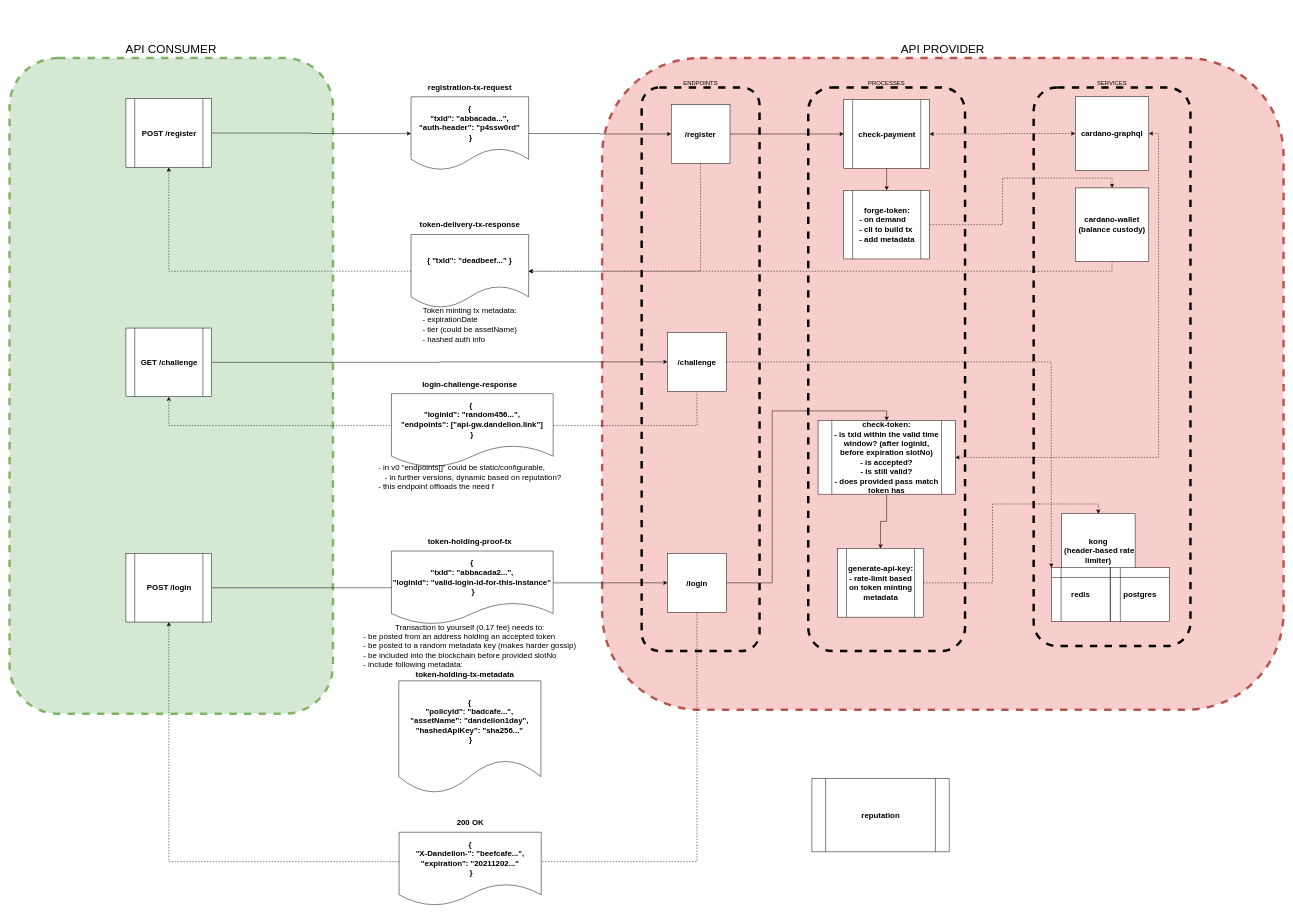
Before: docs/api-auth-mechanism-v1.drawio in GimbaLabs/api-auth-mechanism, a draw.io diagram. Source tidied: cells renumbered, new cells numbered last; positions are measured from the earlier drawing's top-left corner, leaving out a move shared by most shapes. Both pictures are drawn from the tidied source at 49%, with x=0, y=0 at pixel (9, 58).
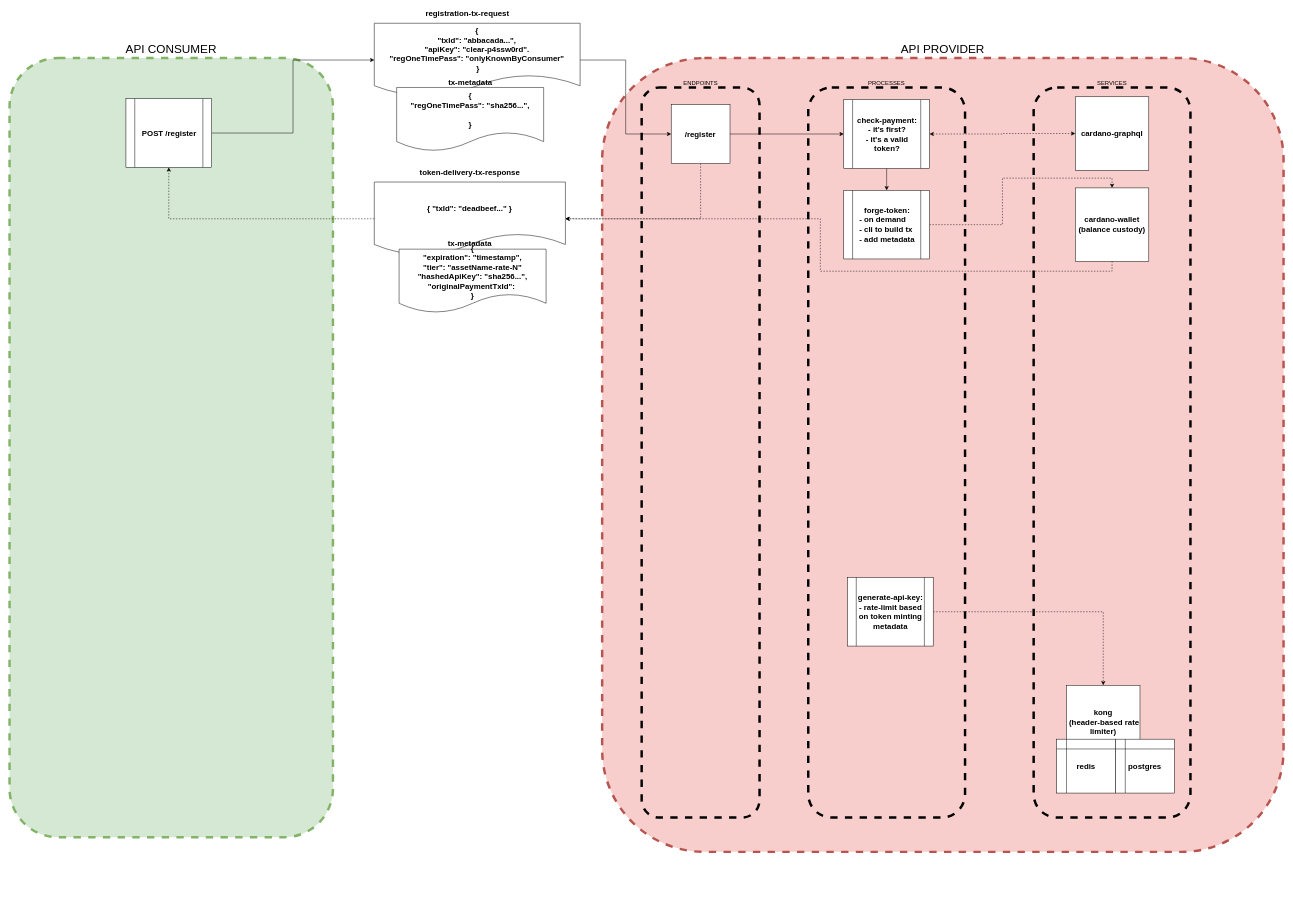
Above is the later version.

The change refers to these unchanged cells:
```xml
<mxCell id="9" value="&lt;b&gt;&lt;font style=&quot;font-size: 16px&quot;&gt;/register&lt;/font&gt;&lt;/b&gt;" style="whiteSpace=wrap;html=1;" parent="1" vertex="1">
  <mxGeometry x="1350.3" y="95" width="120" height="120" as="geometry" />
</mxCell>
<mxCell id="26" value="&lt;b&gt;&lt;font style=&quot;font-size: 16px&quot;&gt;cardano-graphql&lt;br&gt;&lt;/font&gt;&lt;/b&gt;" style="whiteSpace=wrap;html=1;" parent="1" vertex="1">
  <mxGeometry x="2175" y="79" width="150" height="150" as="geometry" />
</mxCell>
```

Change to the diagram source:
```diff
@@
     <mxCell id="2" value="&lt;font style=&quot;font-size: 24px&quot;&gt;API PROVIDER&lt;/font&gt;" style="rounded=1;whiteSpace=wrap;html=1;dashed=1;fillColor=#f8cecc;labelPosition=center;verticalLabelPosition=top;align=center;verticalAlign=bottom;strokeWidth=5;strokeColor=#b85450;" parent="1" vertex="1">
-      <mxGeometry x="1209.4" width="1390.6" height="1330" as="geometry" />
+      <mxGeometry x="1209.4" width="1390.6" height="1620" as="geometry" />
     </mxCell>
     <mxCell id="3" value="&lt;font style=&quot;font-size: 24px&quot;&gt;API CONSUMER&lt;/font&gt;" style="rounded=1;whiteSpace=wrap;html=1;dashed=1;fillColor=#d5e8d4;labelPosition=center;verticalLabelPosition=top;align=center;verticalAlign=bottom;strokeWidth=5;strokeColor=#82b366;" parent="1" vertex="1">
-      <mxGeometry width="660" height="1338" as="geometry" />
+      <mxGeometry width="660" height="1590" as="geometry" />
     </mxCell>
     <mxCell id="4" value="ENDPOINTS" style="rounded=1;whiteSpace=wrap;html=1;dashed=1;fillColor=none;labelPosition=center;verticalLabelPosition=top;align=center;verticalAlign=bottom;strokeWidth=5;" parent="1" vertex="1">
-      <mxGeometry x="1290" y="60" width="240.6" height="1150" as="geometry" />
+      <mxGeometry x="1290" y="60" width="240.6" height="1490" as="geometry" />
     </mxCell>
     <mxCell id="5" value="SERVICES" style="rounded=1;whiteSpace=wrap;html=1;dashed=1;fillColor=none;labelPosition=center;verticalLabelPosition=top;align=center;verticalAlign=bottom;strokeWidth=5;" parent="1" vertex="1">
-      <mxGeometry x="2090" y="60" width="320" height="1140" as="geometry" />
+      <mxGeometry x="2090" y="60" width="320" height="1490" as="geometry" />
     </mxCell>
     <mxCell id="6" value="PROCESSES" style="rounded=1;whiteSpace=wrap;html=1;dashed=1;fillColor=none;labelPosition=center;verticalLabelPosition=top;align=center;verticalAlign=bottom;strokeWidth=5;" parent="1" vertex="1">
-      <mxGeometry x="1630" y="60" width="320" height="1150" as="geometry" />
+      <mxGeometry x="1630" y="60" width="320" height="1490" as="geometry" />
     </mxCell>
@@
-    <mxCell id="8" style="edgeStyle=orthogonalEdgeStyle;rounded=0;jettySize=auto;html=1;exitX=0.5;exitY=1;exitDx=0;exitDy=0;entryX=1;entryY=0.5;entryDx=0;entryDy=0;startArrow=none;startFill=0;endArrow=classic;endFill=1;strokeColor=#000000;dashed=1;" parent="1" edge="1" source="9" target="31">
+    <mxCell id="8" style="edgeStyle=orthogonalEdgeStyle;rounded=0;jettySize=auto;html=1;exitX=0.5;exitY=1;exitDx=0;exitDy=0;startArrow=none;startFill=0;endArrow=classic;endFill=1;strokeColor=#000000;dashed=1;entryX=1;entryY=0.5;entryDx=0;entryDy=0;" parent="1" edge="1" source="9" target="31">
       <mxGeometry relative="1" as="geometry">
         <Array as="points">
-          <mxPoint x="1410" y="435" />
+          <mxPoint x="1410" y="328" />
         </Array>
       </mxGeometry>
     </mxCell>
@@
-    <mxCell id="10" style="edgeStyle=orthogonalEdgeStyle;rounded=0;jettySize=auto;html=1;exitX=1;exitY=0.5;exitDx=0;exitDy=0;entryX=0.5;entryY=0;entryDx=0;entryDy=0;startArrow=none;startFill=0;endArrow=classic;endFill=1;strokeColor=#000000;" parent="1" edge="1" source="12" target="61">
-      <mxGeometry relative="1" as="geometry" />
-    </mxCell>
-    <mxCell id="11" style="edgeStyle=orthogonalEdgeStyle;rounded=0;jettySize=auto;html=1;exitX=0.5;exitY=1;exitDx=0;exitDy=0;entryX=0.5;entryY=1;entryDx=0;entryDy=0;startArrow=none;startFill=0;endArrow=classic;endFill=1;strokeColor=#000000;dashed=1;" parent="1" edge="1" source="12" target="45">
-      <mxGeometry relative="1" as="geometry">
-        <Array as="points">
-          <mxPoint x="1403" y="1640" />
-          <mxPoint x="325" y="1640" />
-        </Array>
-      </mxGeometry>
-    </mxCell>
-    <mxCell id="12" value="&lt;b&gt;&lt;font style=&quot;font-size: 16px&quot;&gt;/login&lt;/font&gt;&lt;/b&gt;" style="whiteSpace=wrap;html=1;" parent="1" vertex="1">
-      <mxGeometry x="1342.8" y="1011" width="120" height="120" as="geometry" />
-    </mxCell>
@@
-    <mxCell id="21" value="&lt;b&gt;&lt;font style=&quot;font-size: 16px&quot;&gt;check-payment&lt;br&gt;&lt;/font&gt;&lt;/b&gt;" style="shape=process;whiteSpace=wrap;html=1;backgroundOutline=1;" parent="1" vertex="1">
+    <mxCell id="21" value="&lt;b&gt;&lt;font style=&quot;font-size: 16px&quot;&gt;check-payment:&lt;br&gt;&lt;/font&gt;&lt;/b&gt;&lt;b&gt;&lt;font style=&quot;font-size: 16px&quot;&gt;- it's first?&lt;br&gt;- it's a valid token?&lt;/font&gt;&lt;/b&gt;&lt;b&gt;&lt;font style=&quot;font-size: 16px&quot;&gt;&lt;br&gt;&lt;/font&gt;&lt;/b&gt;" style="shape=process;whiteSpace=wrap;html=1;backgroundOutline=1;" parent="1" vertex="1">
       <mxGeometry x="1702.5" y="85" width="175" height="140" as="geometry" />
     </mxCell>
-    <mxCell id="22" style="edgeStyle=orthogonalEdgeStyle;rounded=0;jettySize=auto;html=1;exitX=0.5;exitY=1;exitDx=0;exitDy=0;entryX=0.5;entryY=1;entryDx=0;entryDy=0;startArrow=none;startFill=0;endArrow=classic;endFill=1;dashed=1;" parent="1" edge="1" source="37" target="35">
-      <mxGeometry relative="1" as="geometry">
-        <Array as="points">
-          <mxPoint x="1403" y="750" />
-          <mxPoint x="325" y="750" />
-        </Array>
-      </mxGeometry>
-    </mxCell>
@@
     <mxCell id="24" value="&lt;b&gt;&lt;font style=&quot;font-size: 16px&quot;&gt;generate-api-key:&lt;br&gt;- rate-limit based on token minting metadata&lt;br&gt;&lt;/font&gt;&lt;/b&gt;" style="shape=process;whiteSpace=wrap;html=1;backgroundOutline=1;" parent="1" vertex="1">
-      <mxGeometry x="1690" y="1001" width="175" height="140" as="geometry" />
+      <mxGeometry x="1710" y="1060" width="175" height="140" as="geometry" />
     </mxCell>
@@
     <mxCell id="27" style="group;" parent="1" vertex="1">
-      <mxGeometry x="819.4" y="49" width="240" height="180" as="geometry" />
+      <mxGeometry x="814.4" y="-101" width="350" height="180" as="geometry" />
     </mxCell>
-    <mxCell id="28" value="&lt;div&gt;&lt;b style=&quot;font-size: 16px&quot;&gt;{ &lt;br&gt;&quot;txId&quot;: &quot;abbacada...&quot;,&lt;br&gt;&lt;/b&gt;&lt;b style=&quot;font-size: 16px&quot;&gt;&quot;auth-header&quot;: &quot;p4ssw0rd&quot;&lt;/b&gt;&lt;b style=&quot;font-size: 16px&quot;&gt;&lt;br&gt;&amp;nbsp;}&lt;/b&gt;&lt;/div&gt;" style="shape=document;whiteSpace=wrap;html=1;boundedLbl=1;align=center;" parent="27" vertex="1">
-      <mxGeometry y="30" width="240" height="150" as="geometry" />
+    <mxCell id="28" value="&lt;div&gt;&lt;b style=&quot;font-size: 16px&quot;&gt;{ &lt;br&gt;&quot;txId&quot;: &quot;abbacada...&quot;,&lt;br&gt;&lt;/b&gt;&lt;b style=&quot;font-size: 16px&quot;&gt;&quot;apiKey&quot;: &quot;clear-p4ssw0rd&quot;.&lt;br&gt;&lt;/b&gt;&lt;b style=&quot;font-size: 16px&quot;&gt;&quot;regOneTimePass&quot;: &quot;onlyKnownByConsumer&quot;&lt;br&gt;&amp;nbsp;}&lt;/b&gt;&lt;/div&gt;" style="shape=document;whiteSpace=wrap;html=1;boundedLbl=1;align=center;" parent="27" vertex="1">
+      <mxGeometry x="-70" y="30" width="420" height="150" as="geometry" />
     </mxCell>
@@
     <mxCell id="30" style="group;" parent="1" vertex="1">
-      <mxGeometry x="819.4" y="330" width="240" height="180" as="geometry" />
+      <mxGeometry x="744.4" y="223" width="390" height="180" as="geometry" />
     </mxCell>
     <mxCell id="31" value="&lt;div&gt;&lt;b style=&quot;font-size: 16px&quot;&gt;{ &quot;txId&quot;: &quot;deadbeef...&quot; }&lt;/b&gt;&lt;/div&gt;" style="shape=document;whiteSpace=wrap;html=1;boundedLbl=1;align=center;" parent="30" vertex="1">
-      <mxGeometry y="30" width="240" height="150" as="geometry" />
+      <mxGeometry y="30" width="390" height="150" as="geometry" />
     </mxCell>
     <mxCell id="32" value="&lt;font style=&quot;font-size: 16px&quot;&gt;&lt;b&gt;token-delivery-tx-response&lt;/b&gt;&lt;/font&gt;" style="text;html=1;align=center;verticalAlign=middle;" parent="30" vertex="1">
-      <mxGeometry x="10" width="220" height="20" as="geometry" />
+      <mxGeometry x="85" width="220" height="20" as="geometry" />
     </mxCell>
+    <mxCell id="64" value="&lt;font style=&quot;font-size: 16px&quot;&gt;&lt;b&gt;tx-metadata&lt;/b&gt;&lt;/font&gt;" style="text;html=1;align=center;verticalAlign=middle;" parent="30" vertex="1">
+      <mxGeometry x="140" y="145" width="110" height="20" as="geometry" />
+    </mxCell>
@@
-    <mxCell id="34" style="edgeStyle=orthogonalEdgeStyle;rounded=0;jettySize=auto;html=1;exitX=1;exitY=0.5;exitDx=0;exitDy=0;entryX=0;entryY=0.5;entryDx=0;entryDy=0;startArrow=none;startFill=0;endArrow=classic;endFill=1;" parent="1" edge="1" source="35" target="37">
-      <mxGeometry relative="1" as="geometry" />
-    </mxCell>
-    <mxCell id="35" value="&lt;b&gt;&lt;font style=&quot;font-size: 16px&quot;&gt;GET /challenge&lt;br&gt;&lt;/font&gt;&lt;/b&gt;" style="shape=process;whiteSpace=wrap;html=1;backgroundOutline=1;" parent="1" vertex="1">
-      <mxGeometry x="237.5" y="551" width="175" height="140" as="geometry" />
-    </mxCell>
-    <mxCell id="36" style="edgeStyle=orthogonalEdgeStyle;rounded=0;jettySize=auto;html=1;exitX=1;exitY=0.5;exitDx=0;exitDy=0;entryX=0;entryY=0;entryDx=0;entryDy=0;dashed=1;startArrow=none;startFill=0;endArrow=classic;endFill=1;strokeColor=#000000;" parent="1" edge="1" source="37" target="62">
-      <mxGeometry relative="1" as="geometry">
-        <Array as="points">
-          <mxPoint x="2126" y="620" />
-        </Array>
-      </mxGeometry>
-    </mxCell>
-    <mxCell id="37" value="&lt;b&gt;&lt;font style=&quot;font-size: 16px&quot;&gt;/challenge&lt;/font&gt;&lt;/b&gt;" style="whiteSpace=wrap;html=1;" parent="1" vertex="1">
-      <mxGeometry x="1342.8" y="560" width="120" height="120" as="geometry" />
-    </mxCell>
-    <mxCell id="38" style="group;" parent="1" vertex="1">
-      <mxGeometry x="819.4" y="655" width="290" height="180" as="geometry" />
-    </mxCell>
-    <mxCell id="39" value="&lt;div&gt;&lt;b style=&quot;font-size: 16px&quot;&gt;{&amp;nbsp;&lt;br&gt;&quot;loginId&quot;: &quot;random456...&quot;,&lt;br&gt;&quot;endpoints&quot;: [&quot;api-gw.dandelion.link&quot;]&lt;br&gt;}&lt;/b&gt;&lt;/div&gt;" style="shape=document;whiteSpace=wrap;html=1;boundedLbl=1;align=center;" parent="38" vertex="1">
-      <mxGeometry x="-40" y="30" width="330" height="150" as="geometry" />
-    </mxCell>
-    <mxCell id="40" value="&lt;span style=&quot;font-size: 16px&quot;&gt;&lt;b&gt;login-challenge-response&lt;/b&gt;&lt;/span&gt;" style="text;html=1;align=center;verticalAlign=middle;" parent="38" vertex="1">
-      <mxGeometry x="15" width="210" height="20" as="geometry" />
-    </mxCell>
+    <mxCell id="65" value="&lt;span style=&quot;font-size: 16px&quot;&gt;&lt;b&gt;{&lt;br&gt;&quot;regOneTimePass&quot;: &quot;sha256...&quot;,&lt;br&gt;&lt;br&gt;}&lt;br&gt;&lt;/b&gt;&lt;/span&gt;" style="shape=document;whiteSpace=wrap;html=1;boundedLbl=1;align=center;" parent="1" vertex="1">
+      <mxGeometry x="790" y="60" width="300" height="130" as="geometry" />
+    </mxCell>
+    <mxCell id="66" value="&lt;font style=&quot;font-size: 16px&quot;&gt;&lt;b&gt;tx-metadata&lt;/b&gt;&lt;/font&gt;" style="text;html=1;align=center;verticalAlign=middle;" parent="1" vertex="1">
+      <mxGeometry x="885" y="40" width="110" height="20" as="geometry" />
+    </mxCell>
+    <mxCell id="67" value="&lt;span style=&quot;font-size: 16px&quot;&gt;&lt;b&gt;{&lt;br&gt;&quot;expiration&quot;: &quot;timestamp&quot;,&lt;br&gt;&quot;tier&quot;: &quot;assetName-rate-N&quot;&lt;br&gt;&quot;hashedApiKey&quot;: &quot;sha256...&quot;,&lt;br&gt;&quot;originalPaymentTxId&quot;:&amp;nbsp;&lt;br&gt;}&lt;br&gt;&lt;/b&gt;&lt;/span&gt;" style="shape=document;whiteSpace=wrap;html=1;boundedLbl=1;align=center;" parent="1" vertex="1">
+      <mxGeometry x="795" y="390" width="300" height="130" as="geometry" />
+    </mxCell>
+    <mxCell id="68" style="group;" parent="1" vertex="1">
+      <mxGeometry x="2137" y="1280" width="240" height="220" as="geometry" />
+    </mxCell>
-    <mxCell id="41" style="group;" parent="1" vertex="1">
-      <mxGeometry x="2147" y="930" width="220" height="220" as="geometry" />
+    <mxCell id="41" style="group;" parent="68" vertex="1">
+      <mxGeometry x="20" width="220" height="220" as="geometry" />
     </mxCell>
@@
-    <mxCell id="44" style="edgeStyle=orthogonalEdgeStyle;rounded=0;jettySize=auto;html=1;exitX=1;exitY=0.5;exitDx=0;exitDy=0;entryX=0;entryY=0.5;entryDx=0;entryDy=0;startArrow=none;startFill=0;endArrow=classic;endFill=1;" parent="1" edge="1" source="45" target="12">
-      <mxGeometry relative="1" as="geometry" />
-    </mxCell>
-    <mxCell id="45" value="&lt;b&gt;&lt;font style=&quot;font-size: 16px&quot;&gt;POST /login&lt;br&gt;&lt;/font&gt;&lt;/b&gt;" style="shape=process;whiteSpace=wrap;html=1;backgroundOutline=1;" parent="1" vertex="1">
-      <mxGeometry x="237.5" y="1011" width="175" height="140" as="geometry" />
-    </mxCell>
-    <mxCell id="46" style="group;" parent="1" vertex="1">
-      <mxGeometry x="819.4" y="976" width="290" height="180" as="geometry" />
-    </mxCell>
-    <mxCell id="47" value="&lt;div&gt;&lt;b style=&quot;font-size: 16px&quot;&gt;{ &lt;br&gt;&quot;txId&quot;: &quot;abbacada2...&quot;,&lt;br&gt;&quot;loginId&quot;: &quot;valid-login-id-for-this-instance&quot;&lt;br&gt;&amp;nbsp;}&lt;/b&gt;&lt;/div&gt;" style="shape=document;whiteSpace=wrap;html=1;boundedLbl=1;align=center;" parent="46" vertex="1">
-      <mxGeometry x="-40" y="30" width="330" height="150" as="geometry" />
-    </mxCell>
-    <mxCell id="48" value="&lt;span style=&quot;font-size: 16px&quot;&gt;&lt;b&gt;token-holding-proof-tx&lt;br&gt;&lt;/b&gt;&lt;/span&gt;" style="text;html=1;align=center;verticalAlign=middle;" parent="46" vertex="1">
-      <mxGeometry x="25" width="190" height="20" as="geometry" />
-    </mxCell>
-    <mxCell id="49" style="group;" parent="1" vertex="1">
-      <mxGeometry x="794.4" y="1241" width="415" height="355" as="geometry" />
-    </mxCell>
-    <mxCell id="50" style="group;" parent="49" vertex="1">
-      <mxGeometry width="290" height="260" as="geometry" />
-    </mxCell>
-    <mxCell id="51" value="&lt;div&gt;&lt;b style=&quot;font-size: 16px&quot;&gt;{ &lt;br&gt;&quot;policyId&quot;: &quot;badcafe...&quot;,&lt;/b&gt;&lt;/div&gt;&lt;div&gt;&lt;b style=&quot;font-size: 16px&quot;&gt;&quot;assetName&quot;: &quot;dandelion1day&quot;,&lt;br&gt;&quot;hashedApiKey&quot;: &quot;sha256...&quot;&lt;br&gt;&amp;nbsp;}&lt;/b&gt;&lt;/div&gt;" style="shape=document;whiteSpace=wrap;html=1;boundedLbl=1;align=center;" parent="50" vertex="1">
-      <mxGeometry y="30" width="290" height="230" as="geometry" />
-    </mxCell>
-    <mxCell id="52" value="&lt;b style=&quot;color: rgb(0 , 0 , 0) ; font-family: &amp;#34;helvetica&amp;#34; ; font-size: 16px ; font-style: normal ; letter-spacing: normal ; text-align: center ; text-indent: 0px ; text-transform: none ; word-spacing: 0px ; background-color: rgb(248 , 249 , 250)&quot;&gt;token-holding-tx-metadata&lt;/b&gt;" style="text;whiteSpace=wrap;html=1;" parent="50" vertex="1">
-      <mxGeometry x="32.2" width="225.6" height="30" as="geometry" />
-    </mxCell>
-    <mxCell id="53" value="&lt;font style=&quot;font-size: 16px&quot;&gt;Token minting tx metadata:&lt;br&gt;&lt;div style=&quot;text-align: left&quot;&gt;&lt;span&gt;- expirationDate&lt;/span&gt;&lt;/div&gt;&lt;div style=&quot;text-align: left&quot;&gt;&lt;span&gt;- tier (could be assetName)&lt;br&gt;- hashed auth info&lt;/span&gt;&lt;/div&gt;&lt;/font&gt;" style="text;html=1;align=center;verticalAlign=middle;" parent="1" vertex="1">
-      <mxGeometry x="834.4" y="514" width="210" height="60" as="geometry" />
-    </mxCell>
-    <mxCell id="54" value="&lt;span style=&quot;font-size: 16px&quot;&gt;Transaction to yourself (0.17 fee) needs to:&lt;br&gt;&lt;div style=&quot;text-align: left&quot;&gt;&lt;span&gt;- be posted from an address holding an accepted token&lt;/span&gt;&lt;/div&gt;&lt;div style=&quot;text-align: left&quot;&gt;&lt;span&gt;- be posted to a random metadata key (makes harder gossip)&lt;/span&gt;&lt;/div&gt;&lt;div style=&quot;text-align: left&quot;&gt;&lt;span&gt;- be included into the blockchain before provided slotNo&lt;/span&gt;&lt;/div&gt;&lt;div style=&quot;text-align: left&quot;&gt;&lt;span&gt;- include following metadata:&lt;/span&gt;&lt;/div&gt;&lt;/span&gt;" style="text;html=1;align=center;verticalAlign=middle;" parent="1" vertex="1">
-      <mxGeometry x="714.4" y="1159" width="450" height="80" as="geometry" />
-    </mxCell>
-    <mxCell id="55" value="&lt;div style=&quot;text-align: left&quot;&gt;&lt;span style=&quot;font-size: 16px&quot;&gt;- in v0 &quot;endpoints[]&quot; could be static/configurable,&lt;/span&gt;&lt;/div&gt;&lt;span style=&quot;font-size: 16px&quot;&gt;&lt;div style=&quot;text-align: left&quot;&gt;&lt;span&gt;&amp;nbsp; &amp;nbsp;- in further versions, dynamic based on reputation?&lt;br&gt;- this endpoint offloads the need f&lt;/span&gt;&lt;/div&gt;&lt;/span&gt;" style="text;html=1;align=center;verticalAlign=middle;" parent="1" vertex="1">
-      <mxGeometry x="744.4" y="830" width="390" height="50" as="geometry" />
-    </mxCell>
-    <mxCell id="56" style="group;" parent="1" vertex="1">
-      <mxGeometry x="820" y="1550" width="240" height="180" as="geometry" />
-    </mxCell>
-    <mxCell id="57" value="&lt;font style=&quot;font-size: 16px&quot;&gt;&lt;b&gt;200 OK&lt;/b&gt;&lt;/font&gt;" style="text;html=1;align=center;verticalAlign=middle;" parent="56" vertex="1">
-      <mxGeometry x="85" width="70" height="20" as="geometry" />
-    </mxCell>
-    <mxCell id="58" value="&lt;div&gt;&lt;b style=&quot;font-size: 16px&quot;&gt;{ &lt;br&gt;&quot;X-Dandelion-&quot;: &quot;beefcafe...&quot;,&lt;br&gt;&quot;expiration&quot;: &quot;20211202...&quot;&lt;br&gt;&amp;nbsp;}&lt;/b&gt;&lt;/div&gt;" style="shape=document;whiteSpace=wrap;html=1;boundedLbl=1;align=center;" parent="1" vertex="1">
-      <mxGeometry x="795" y="1580" width="290" height="150" as="geometry" />
-    </mxCell>
-    <mxCell id="59" style="edgeStyle=orthogonalEdgeStyle;rounded=0;jettySize=auto;html=1;exitX=1;exitY=0.5;exitDx=0;exitDy=0;entryX=1;entryY=0.5;entryDx=0;entryDy=0;dashed=1;startArrow=classic;startFill=1;endArrow=classic;endFill=1;strokeColor=#000000;" parent="1" edge="1" source="61" target="26">
-      <mxGeometry relative="1" as="geometry" />
-    </mxCell>
-    <mxCell id="60" style="edgeStyle=orthogonalEdgeStyle;rounded=0;jettySize=auto;html=1;exitX=0.5;exitY=1;exitDx=0;exitDy=0;entryX=0.5;entryY=0;entryDx=0;entryDy=0;startArrow=none;startFill=0;endArrow=classic;endFill=1;strokeColor=#000000;" parent="1" edge="1" source="61" target="24">
-      <mxGeometry relative="1" as="geometry" />
-    </mxCell>
-    <mxCell id="61" value="&lt;b&gt;&lt;font style=&quot;font-size: 16px&quot;&gt;check-token:&lt;br&gt;- is txid within the valid time window? (after loginId, before expiration slotNo)&lt;br&gt;- is accepted?&lt;br&gt;- is still valid?&lt;br&gt;- does provided pass match token has&lt;br&gt;&lt;/font&gt;&lt;/b&gt;" style="shape=process;whiteSpace=wrap;html=1;backgroundOutline=1;" parent="1" vertex="1">
-      <mxGeometry x="1650" y="740" width="280" height="150" as="geometry" />
-    </mxCell>
-    <mxCell id="62" value="&lt;font style=&quot;font-size: 16px&quot;&gt;&lt;b&gt;redis&lt;/b&gt;&lt;/font&gt;" style="shape=internalStorage;whiteSpace=wrap;html=1;backgroundOutline=1;" parent="1" vertex="1">
-      <mxGeometry x="2126" y="1040" width="120" height="110" as="geometry" />
+    <mxCell id="62" value="&lt;font style=&quot;font-size: 16px&quot;&gt;&lt;b&gt;redis&lt;/b&gt;&lt;/font&gt;" style="shape=internalStorage;whiteSpace=wrap;html=1;backgroundOutline=1;" parent="68" vertex="1">
+      <mxGeometry y="110" width="120" height="110" as="geometry" />
     </mxCell>
-    <mxCell id="63" value="&lt;b&gt;&lt;font style=&quot;font-size: 16px&quot;&gt;reputation&lt;br&gt;&lt;/font&gt;&lt;/b&gt;" style="shape=process;whiteSpace=wrap;html=1;backgroundOutline=1;" parent="1" vertex="1">
-      <mxGeometry x="1637.5" y="1470" width="280" height="150" as="geometry" />
-    </mxCell>
```
